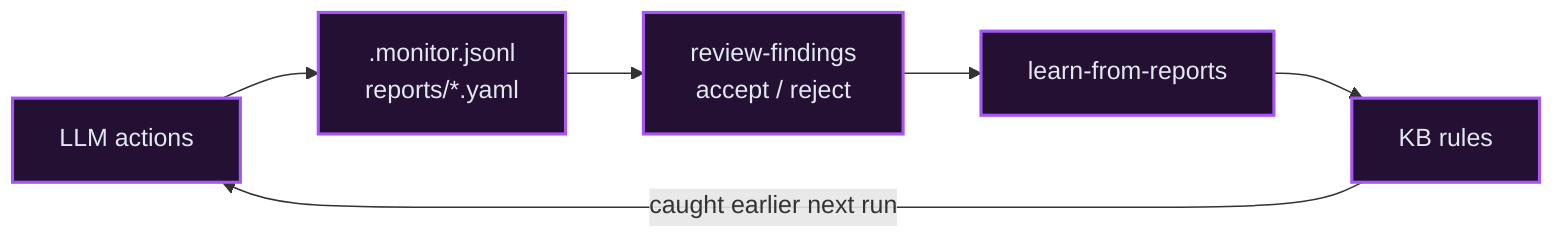
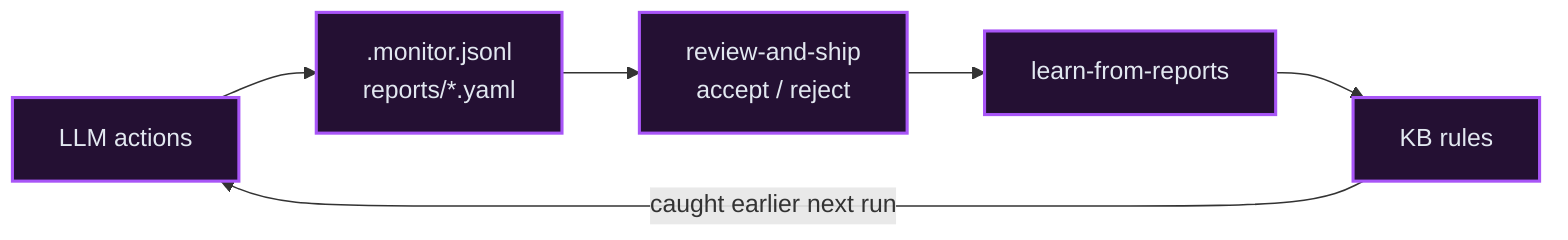
graph LR
  acts["LLM actions"] --> log[".monitor.jsonl<br/>reports/*.yaml"]
-   log --> review["review-findings<br/>accept / reject"]
+   log --> review["review-and-ship<br/>accept / reject"]
  review --> learn["learn-from-reports"]
  learn --> kb["KB rules"]
  kb -->|caught earlier next run| acts

  classDef loopNode fill:#241033,stroke:#a855f7,stroke-width:2px,color:#e2e8f0;
  class acts,log,review,learn,kb loopNode;
